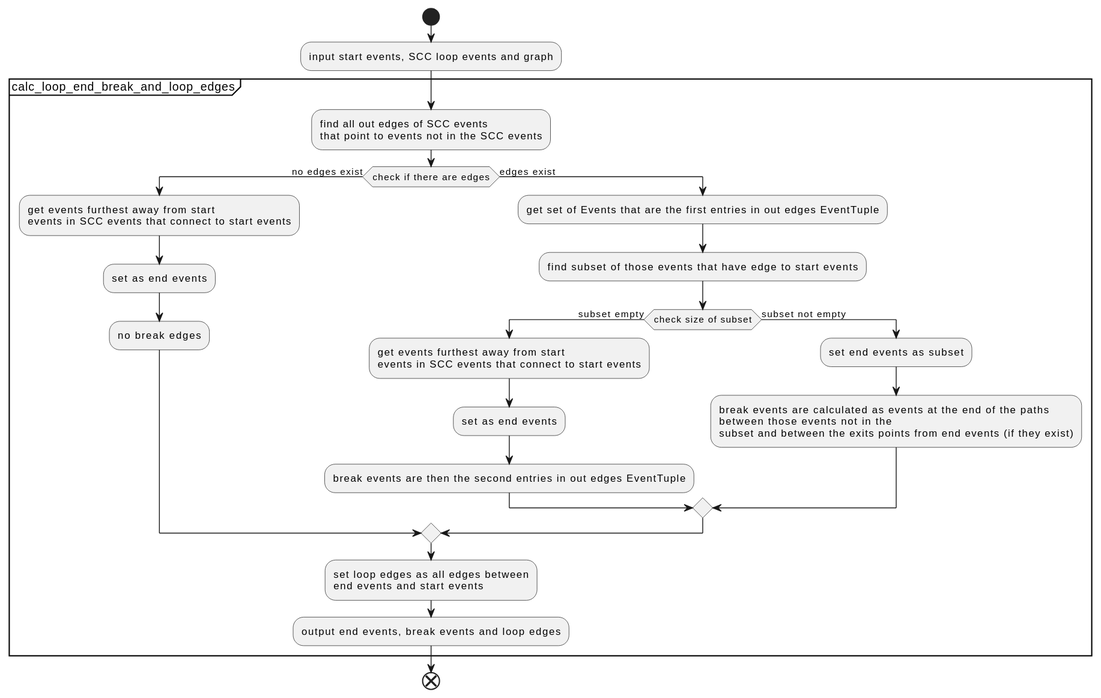
Before: docs/development/design/1-DN-SCC_loop_detection/End_break_and_loop_edges/implementation.svg, a diagram exported from PlantUML (xtuml/otel2puml). Source of this version:
```plantuml
@startuml
    start
    :input start events, SCC loop events and graph;
    partition "calc_loop_end_break_and_loop_edges" {
        :find all out edges of SCC events\nthat point to events not in the SCC events;
        if (check if there are edges) then (no edges exist)
            :get events furthest away from start\nevents in SCC events that connect to start events;
            :set as end events;
            :no break edges;
        else (edges exist)
            :get set of Events that are the first entries in out edges EventTuple;
            :find subset of those events that have edge to start events;
            if (check size of subset) then (subset empty)
                :get events furthest away from start\nevents in SCC events that connect to start events;
                :set as end events;
                :break events are then the second entries in out edges EventTuple;
            else (subset not empty)
                :set end events as subset;
                :break events are calculated as events at the end of the paths\nbetween those events not in the\nsubset and between the exits points from end events (if they exist);
            endif
        endif
        :set loop edges as all edges between\nend events and start events;
        :output end events, break events and loop edges;
    }
    end
@enduml
```
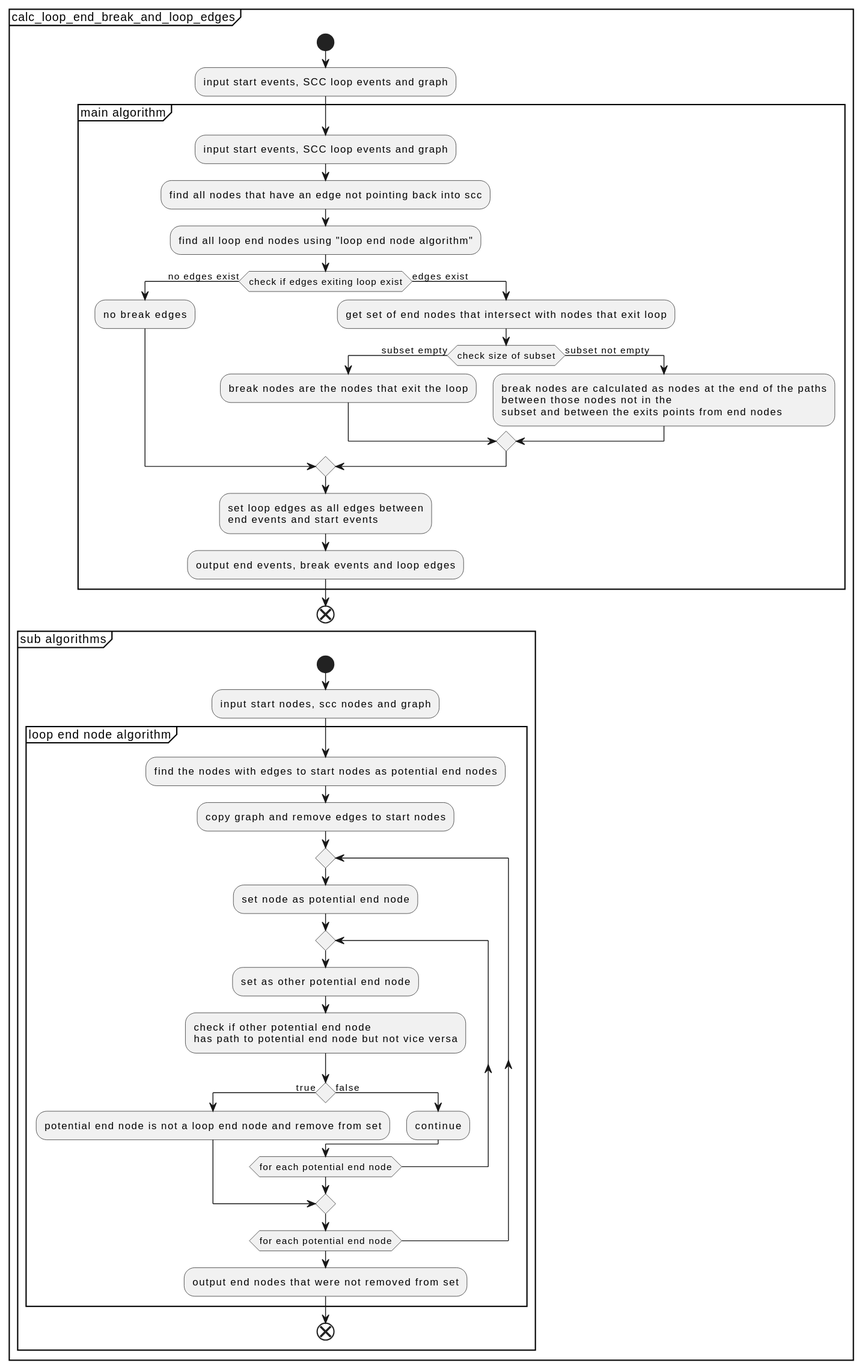
Later version of the same file.

Commit message:
Cdstp 59 function to calculate loop end break points and loop edges describing loop (#62)

The edit, as a diff of the source:
```diff
@@ -1,26 +1,47 @@
 @startuml
-    start
-    :input start events, SCC loop events and graph;
     partition "calc_loop_end_break_and_loop_edges" {
-        :find all out edges of SCC events\nthat point to events not in the SCC events;
-        if (check if there are edges) then (no edges exist)
-            :get events furthest away from start\nevents in SCC events that connect to start events;
-            :set as end events;
+        start
+        :input start events, SCC loop events and graph;
+        group "main algorithm"
+        :input start events, SCC loop events and graph;
+        :find all nodes that have an edge not pointing back into scc;
+        :find all loop end nodes using "loop end node algorithm";
+        if (check if edges exiting loop exist) then (no edges exist)
             :no break edges;
         else (edges exist)
-            :get set of Events that are the first entries in out edges EventTuple;
-            :find subset of those events that have edge to start events;
+            :get set of end nodes that intersect with nodes that exit loop;
             if (check size of subset) then (subset empty)
-                :get events furthest away from start\nevents in SCC events that connect to start events;
-                :set as end events;
-                :break events are then the second entries in out edges EventTuple;
+                :break nodes are the nodes that exit the loop;
             else (subset not empty)
-                :set end events as subset;
-                :break events are calculated as events at the end of the paths\nbetween those events not in the\nsubset and between the exits points from end events (if they exist);
+                :break nodes are calculated as nodes at the end of the paths\nbetween those nodes not in the\nsubset and between the exits points from end nodes;
             endif
         endif
         :set loop edges as all edges between\nend events and start events;
         :output end events, break events and loop edges;
+        end group
+        end
+        partition "sub algorithms" {
+            start
+            :input start nodes, scc nodes and graph;
+            group "loop end node algorithm"
+            :find the nodes with edges to start nodes as potential end nodes;
+            :copy graph and remove edges to start nodes;
+            repeat
+                :set node as potential end node;
+                repeat
+                    :set as other potential end node;
+                    :check if other potential end node\nhas path to potential end node but not vice versa;
+                    if () then (true)
+                        :potential end node is not a loop end node and remove from set;
+                        break
+                    else (false)
+                        :continue;
+                    endif
+                repeat while (for each potential end node)
+            repeat while (for each potential end node)
+            :output end nodes that were not removed from set;
+            end group
+            end
+        }
     }
-    end
 @enduml
```
